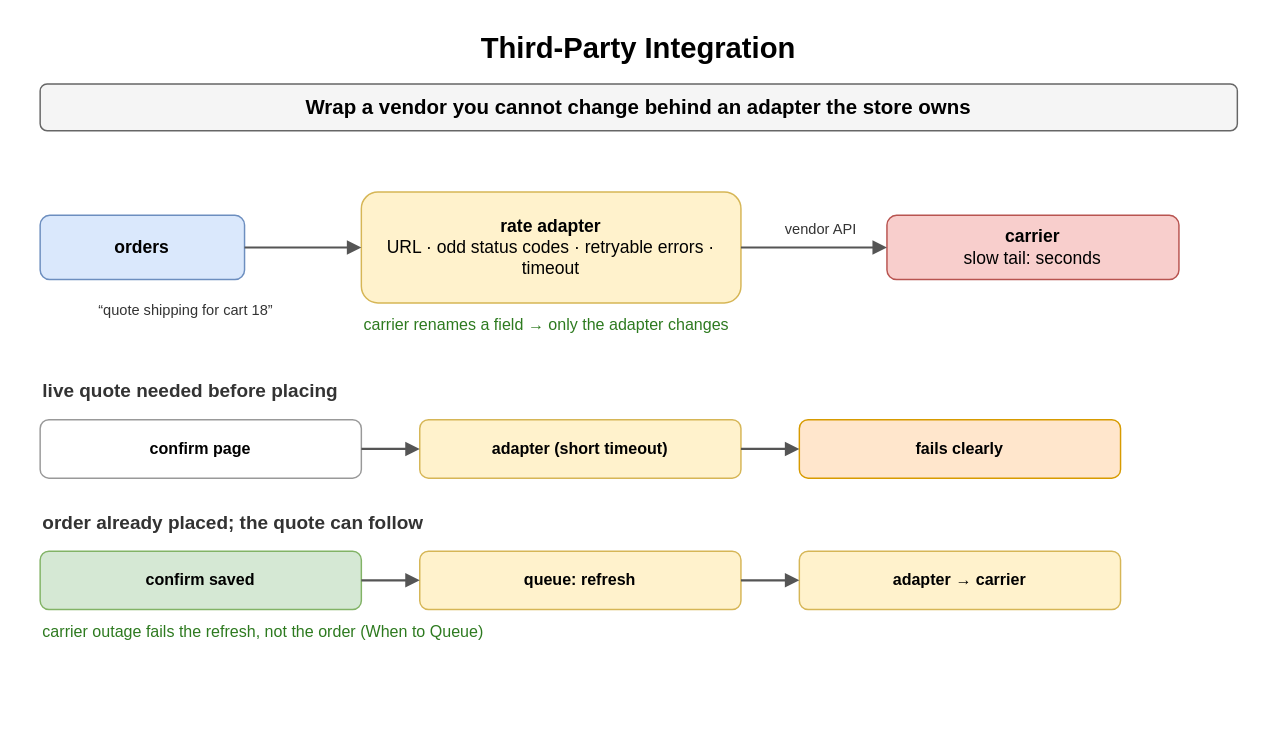
Above: page "Third-Party Integration" (8 of 9) of content/09_System_Design_Interview/12_Microservices_and_System_Decomposition/diagrams/microservices.drawio in amendez13/swe-study-guide (draw.io), before the change. Source tidied: cells renumbered, new cells numbered last; positions are measured from the earlier drawing's top-left corner, leaving out a move shared by most shapes. Both pictures are drawn from the tidied source at 146%, with x=0, y=0 at pixel (39, 25).
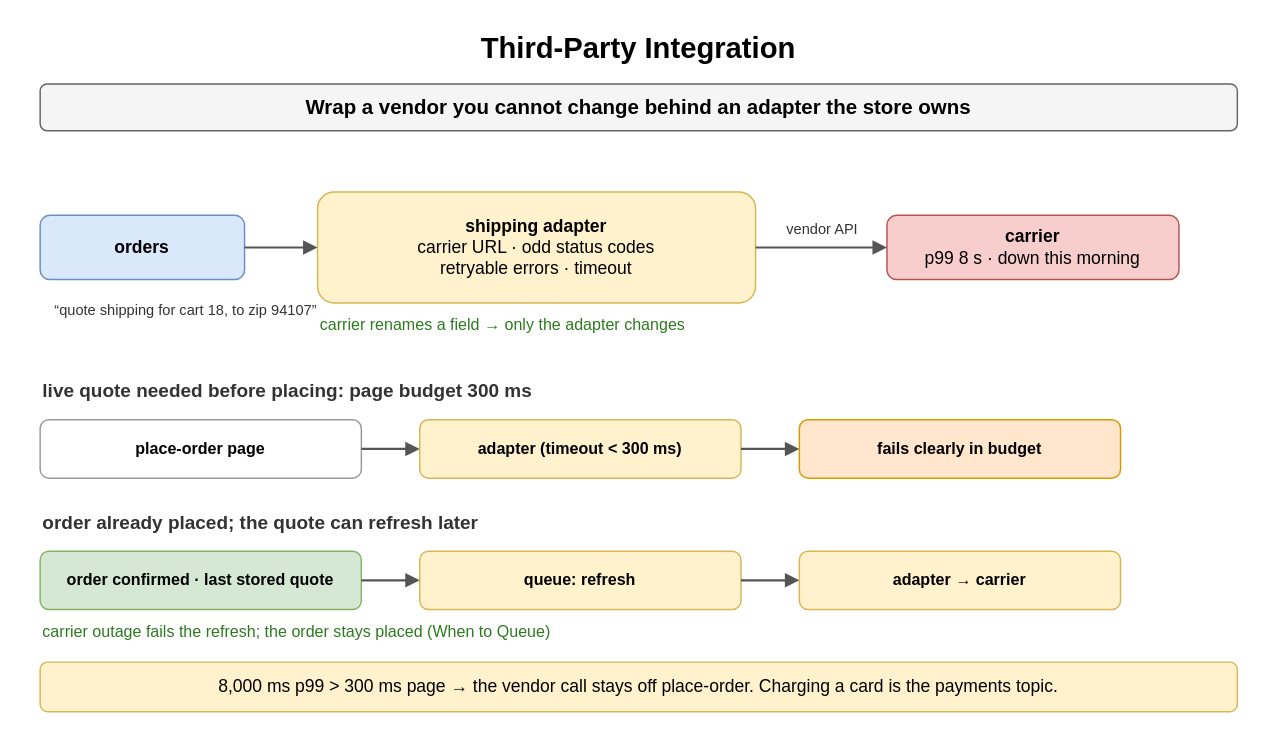
Above is the later version.

Diff of the diagram source:
```diff
@@
-    <mxCell id="5" value="rate adapter&lt;br&gt;&lt;span style='font-weight:normal'&gt;URL · odd status codes · retryable errors · timeout&lt;/span&gt;" style="rounded=1;whiteSpace=wrap;html=1;fillColor=#fff2cc;strokeColor=#d6b656;fontSize=12;align=center;fontStyle=1;" parent="1" vertex="1">
-      <mxGeometry x="220" y="114" width="260" height="76" as="geometry" />
+    <mxCell id="5" value="shipping adapter&lt;br&gt;&lt;span style='font-weight:normal'&gt;carrier URL · odd status codes&lt;br&gt;retryable errors · timeout&lt;/span&gt;" style="rounded=1;whiteSpace=wrap;html=1;fillColor=#fff2cc;strokeColor=#d6b656;fontSize=12;align=center;fontStyle=1;" parent="1" vertex="1">
+      <mxGeometry x="190" y="114" width="300" height="76" as="geometry" />
     </mxCell>
-    <mxCell id="6" value="carrier&lt;br&gt;&lt;span style='font-weight:normal'&gt;slow tail: seconds&lt;/span&gt;" style="rounded=1;whiteSpace=wrap;html=1;fillColor=#f8cecc;strokeColor=#b85450;fontSize=12;align=center;fontStyle=1;" parent="1" vertex="1">
+    <mxCell id="6" value="carrier&lt;br&gt;&lt;span style='font-weight:normal'&gt;p99 8 s · down this morning&lt;/span&gt;" style="rounded=1;whiteSpace=wrap;html=1;fillColor=#f8cecc;strokeColor=#b85450;fontSize=12;align=center;fontStyle=1;" parent="1" vertex="1">
       <mxGeometry x="580" y="130" width="200" height="44" as="geometry" />
     </mxCell>
@@
-    <mxCell id="9" value="“quote shipping for cart 18”" style="text;html=1;whiteSpace=wrap;fontSize=11;align=center;verticalAlign=middle;fontSize=10;fontColor=#333333;" parent="1" vertex="1">
-      <mxGeometry y="180" width="200" height="30" as="geometry" />
+    <mxCell id="9" value="“quote shipping for cart 18, to zip 94107”" style="text;html=1;whiteSpace=wrap;fontSize=11;align=center;verticalAlign=middle;fontSize=10;fontColor=#333333;" parent="1" vertex="1">
+      <mxGeometry x="-10" y="180" width="220" height="30" as="geometry" />
     </mxCell>
     <mxCell id="10" value="vendor API" style="text;html=1;whiteSpace=wrap;fontSize=11;align=center;verticalAlign=middle;fontSize=10;fontColor=#333333;" parent="1" vertex="1">
-      <mxGeometry x="490" y="130" width="90" height="18" as="geometry" />
+      <mxGeometry x="492" y="130" width="88" height="18" as="geometry" />
     </mxCell>
     <mxCell id="11" value="carrier renames a field → only the adapter changes" style="text;html=1;whiteSpace=wrap;fontSize=11;align=left;verticalAlign=middle;fontSize=11;fontColor=#2d7a1f;" parent="1" vertex="1">
-      <mxGeometry x="220" y="196" width="400" height="18" as="geometry" />
+      <mxGeometry x="190" y="196" width="400" height="18" as="geometry" />
     </mxCell>
-    <mxCell id="12" value="live quote needed before placing" style="text;html=1;whiteSpace=wrap;fontSize=11;align=left;verticalAlign=middle;fontSize=13;fontColor=#333333;fontStyle=1;" parent="1" vertex="1">
-      <mxGeometry y="240" width="400" height="20" as="geometry" />
+    <mxCell id="12" value="live quote needed before placing: page budget 300 ms" style="text;html=1;whiteSpace=wrap;fontSize=11;align=left;verticalAlign=middle;fontSize=13;fontColor=#333333;fontStyle=1;" parent="1" vertex="1">
+      <mxGeometry y="240" width="600" height="20" as="geometry" />
     </mxCell>
-    <mxCell id="13" value="confirm page" style="rounded=1;whiteSpace=wrap;html=1;fillColor=#ffffff;strokeColor=#999999;fontSize=11;align=center;fontStyle=1;" parent="1" vertex="1">
+    <mxCell id="13" value="place-order page" style="rounded=1;whiteSpace=wrap;html=1;fillColor=#ffffff;strokeColor=#999999;fontSize=11;align=center;fontStyle=1;" parent="1" vertex="1">
       <mxGeometry y="270" width="220" height="40" as="geometry" />
     </mxCell>
-    <mxCell id="14" value="adapter (short timeout)" style="rounded=1;whiteSpace=wrap;html=1;fillColor=#fff2cc;strokeColor=#d6b656;fontSize=11;align=center;fontStyle=1;" parent="1" vertex="1">
+    <mxCell id="14" value="adapter (timeout &lt; 300 ms)" style="rounded=1;whiteSpace=wrap;html=1;fillColor=#fff2cc;strokeColor=#d6b656;fontSize=11;align=center;fontStyle=1;" parent="1" vertex="1">
       <mxGeometry x="260" y="270" width="220" height="40" as="geometry" />
     </mxCell>
-    <mxCell id="15" value="fails clearly" style="rounded=1;whiteSpace=wrap;html=1;fillColor=#ffe6cc;strokeColor=#d79b00;fontSize=11;align=center;fontStyle=1;" parent="1" vertex="1">
+    <mxCell id="15" value="fails clearly in budget" style="rounded=1;whiteSpace=wrap;html=1;fillColor=#ffe6cc;strokeColor=#d79b00;fontSize=11;align=center;fontStyle=1;" parent="1" vertex="1">
       <mxGeometry x="520" y="270" width="220" height="40" as="geometry" />
     </mxCell>
@@
-    <mxCell id="18" value="order already placed; the quote can follow" style="text;html=1;whiteSpace=wrap;fontSize=11;align=left;verticalAlign=middle;fontSize=13;fontColor=#333333;fontStyle=1;" parent="1" vertex="1">
-      <mxGeometry y="330" width="400" height="20" as="geometry" />
+    <mxCell id="18" value="order already placed; the quote can refresh later" style="text;html=1;whiteSpace=wrap;fontSize=11;align=left;verticalAlign=middle;fontSize=13;fontColor=#333333;fontStyle=1;" parent="1" vertex="1">
+      <mxGeometry y="330" width="600" height="20" as="geometry" />
     </mxCell>
-    <mxCell id="19" value="confirm saved" style="rounded=1;whiteSpace=wrap;html=1;fillColor=#d5e8d4;strokeColor=#82b366;fontSize=11;align=center;fontStyle=1;" parent="1" vertex="1">
+    <mxCell id="19" value="order confirmed · last stored quote" style="rounded=1;whiteSpace=wrap;html=1;fillColor=#d5e8d4;strokeColor=#82b366;fontSize=11;align=center;fontStyle=1;" parent="1" vertex="1">
       <mxGeometry y="360" width="220" height="40" as="geometry" />
     </mxCell>
@@
-    <mxCell id="24" value="carrier outage fails the refresh, not the order (When to Queue)" style="text;html=1;whiteSpace=wrap;fontSize=11;align=left;verticalAlign=middle;fontSize=11;fontColor=#2d7a1f;" parent="1" vertex="1">
+    <mxCell id="24" value="carrier outage fails the refresh; the order stays placed (When to Queue)" style="text;html=1;whiteSpace=wrap;fontSize=11;align=left;verticalAlign=middle;fontSize=11;fontColor=#2d7a1f;" parent="1" vertex="1">
       <mxGeometry y="406" width="820" height="18" as="geometry" />
     </mxCell>
+    <mxCell id="25" value="8,000 ms p99 &gt; 300 ms page → the vendor call stays off place-order. Charging a card is the payments topic." style="rounded=1;whiteSpace=wrap;html=1;fillColor=#fff2cc;strokeColor=#d6b656;fontSize=12;align=center;" parent="1" vertex="1">
+      <mxGeometry y="436" width="820" height="34" as="geometry" />
+    </mxCell>
```
